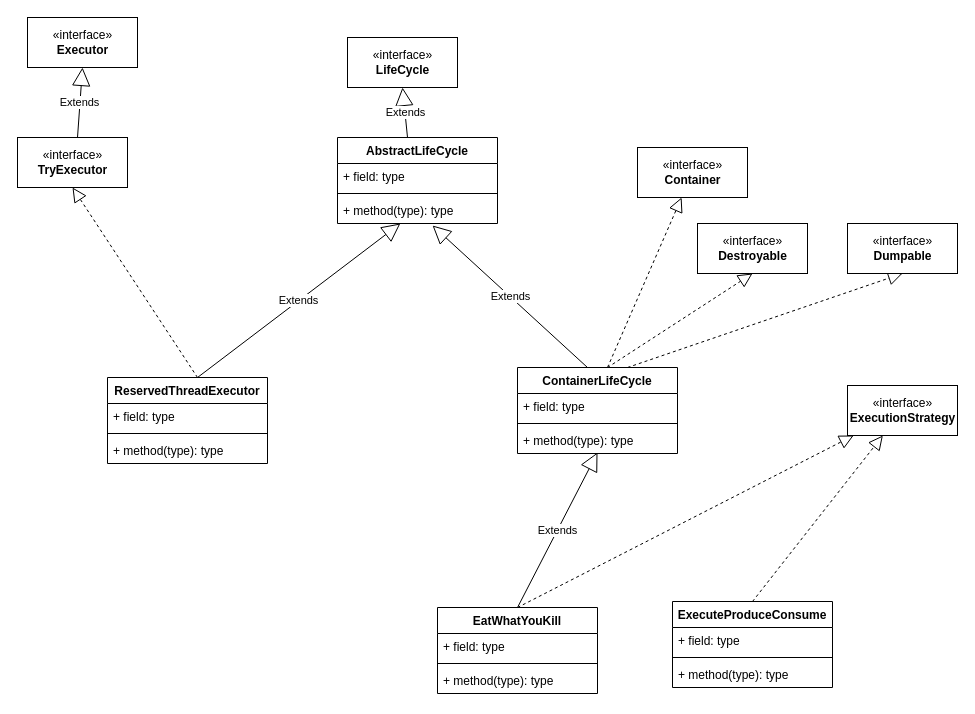
This is page "jetty-util" (2 of 2) of Jetty.drawio from tadsimons/draw, a draw.io file, before an edit. Source tidied: cells renumbered, new cells numbered last; positions are measured from the earlier drawing's top-left corner, leaving out a move shared by most shapes. Both pictures are drawn from the tidied source at 100%, with x=0, y=0 at pixel (17, 17).
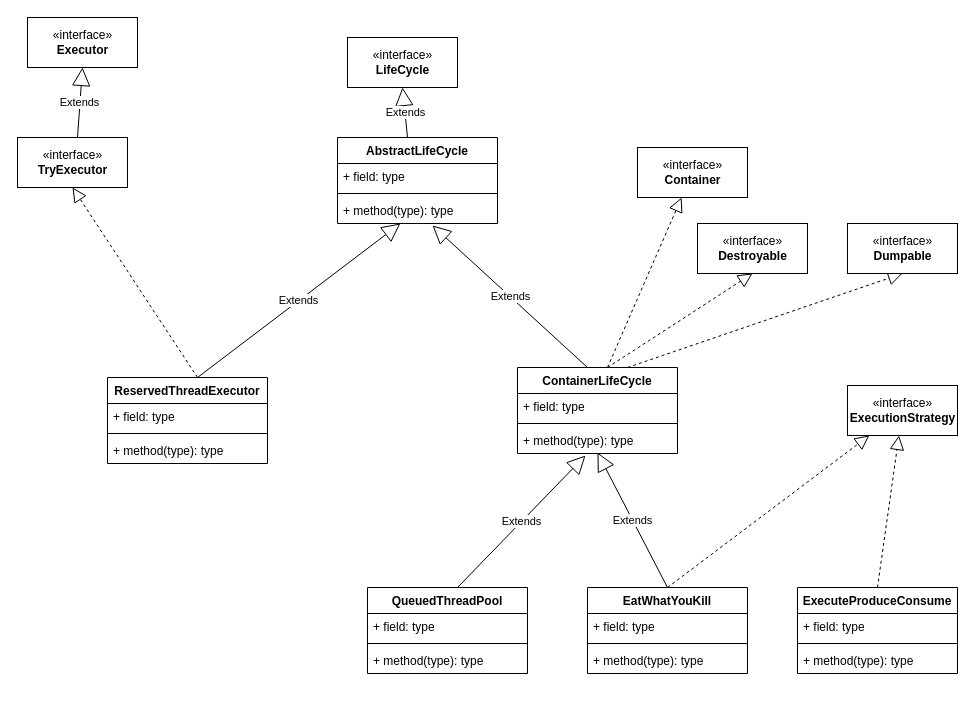
The same diagram, later.

The change refers to these unchanged cells:
```xml
<mxCell id="25" value="+ method(type): type" style="text;strokeColor=none;fillColor=none;align=left;verticalAlign=top;spacingLeft=4;spacingRight=4;overflow=hidden;points=[[0,0.5],[1,0.5]];portConstraint=eastwest;" parent="18" vertex="1">
  <mxGeometry y="60" width="160" height="26" as="geometry" />
</mxCell>
```

Diff of the diagram source:
```diff
@@
     <mxCell id="29" value="EatWhatYouKill" style="swimlane;fontStyle=1;align=center;verticalAlign=top;horizontal=1;startSize=26;" parent="1" vertex="1">
-      <mxGeometry x="420" y="590" width="160" height="86" as="geometry" />
+      <mxGeometry x="570" y="570" width="160" height="86" as="geometry" />
     </mxCell>
@@
     <mxCell id="35" value="ExecuteProduceConsume" style="swimlane;fontStyle=1;align=center;verticalAlign=top;horizontal=1;startSize=26;" parent="1" vertex="1">
-      <mxGeometry x="655" y="584" width="160" height="86" as="geometry" />
+      <mxGeometry x="780" y="570" width="160" height="86" as="geometry" />
     </mxCell>
@@
+    <mxCell id="40" value="QueuedThreadPool" style="swimlane;fontStyle=1;align=center;verticalAlign=top;horizontal=1;startSize=26;" parent="1" vertex="1">
+      <mxGeometry x="350" y="570" width="160" height="86" as="geometry" />
+    </mxCell>
+    <mxCell id="41" value="Extends" style="endArrow=block;endSize=16;endFill=0;html=1;entryX=0.425;entryY=1.077;entryDx=0;entryDy=0;entryPerimeter=0;" parent="40" edge="1" target="25">
+      <mxGeometry relative="1" as="geometry">
+        <mxPoint x="90" as="sourcePoint" />
+      </mxGeometry>
+    </mxCell>
+    <mxCell id="42" value="+ field: type" style="text;strokeColor=none;fillColor=none;align=left;verticalAlign=top;spacingLeft=4;spacingRight=4;overflow=hidden;" parent="40" vertex="1">
+      <mxGeometry y="26" width="160" height="26" as="geometry" />
+    </mxCell>
+    <mxCell id="43" style="line;strokeWidth=1;fillColor=none;align=left;verticalAlign=middle;spacingTop=-1;spacingLeft=3;spacingRight=3;labelPosition=right;" parent="40" vertex="1">
+      <mxGeometry y="52" width="160" height="8" as="geometry" />
+    </mxCell>
+    <mxCell id="44" value="+ method(type): type" style="text;strokeColor=none;fillColor=none;align=left;verticalAlign=top;spacingLeft=4;spacingRight=4;overflow=hidden;" parent="40" vertex="1">
+      <mxGeometry y="60" width="160" height="26" as="geometry" />
+    </mxCell>
```
